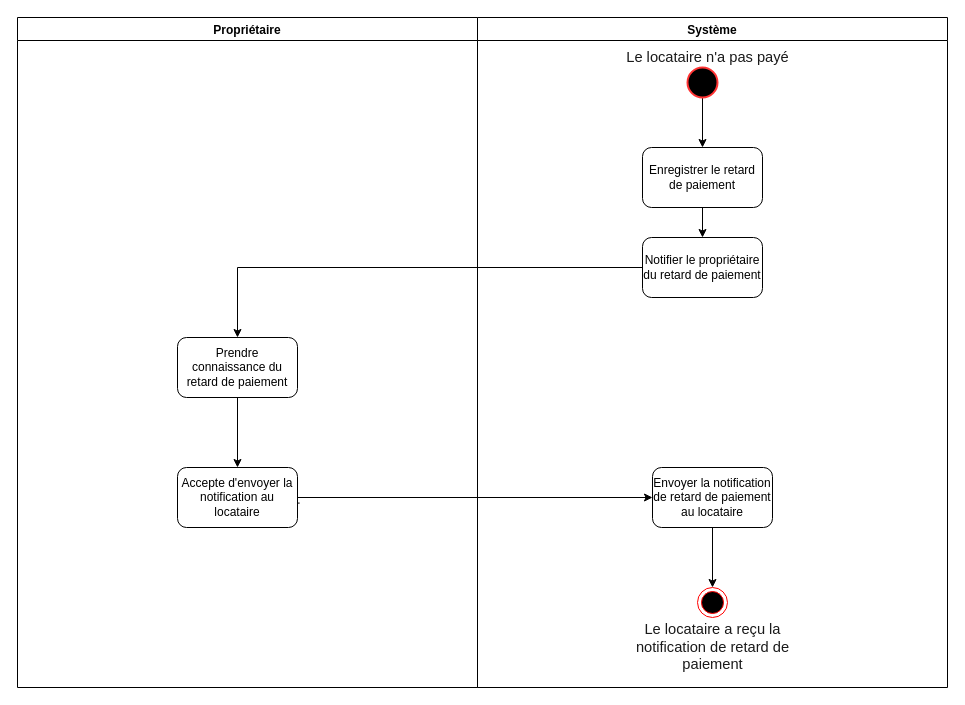
Above: page "Envoyer notification de retard" (14 of 21) of Ko-loc (1).drawio in Julienthum/Co-Lock (draw.io), before the change. Source tidied: cells renumbered, new cells numbered last; positions are measured from the earlier drawing's top-left corner, leaving out a move shared by most shapes. Both pictures are drawn from the tidied source at 100%, with x=0, y=0 at pixel (17, 17).
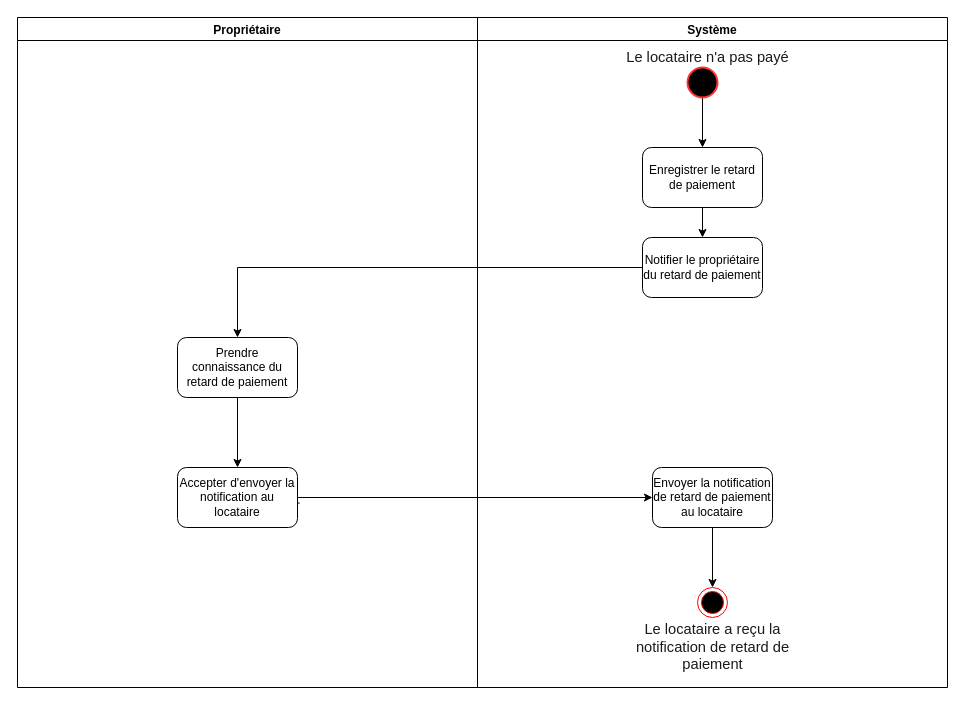
The same diagram, later.

The change refers to these unchanged cells:
```xml
<mxCell id="2" value="Propriétaire" style="swimlane;fontSize=12;strokeColor=#000000;fillColor=#FFFFFF;" parent="1" vertex="1">
  <mxGeometry width="460" height="670" as="geometry" />
</mxCell>
```

What changed in the source:
```diff
@@
-    <mxCell id="4" value="Accepte d'envoyer la notification au locataire" style="rounded=1;whiteSpace=wrap;html=1;fontSize=12;strokeColor=#000000;fillColor=#FFFFFF;" parent="2" vertex="1">
+    <mxCell id="4" value="Accepter d'envoyer la notification au locataire" style="rounded=1;whiteSpace=wrap;html=1;fontSize=12;strokeColor=#000000;fillColor=#FFFFFF;" parent="2" vertex="1">
       <mxGeometry x="160" y="450" width="120" height="60" as="geometry" />
     </mxCell>
```
